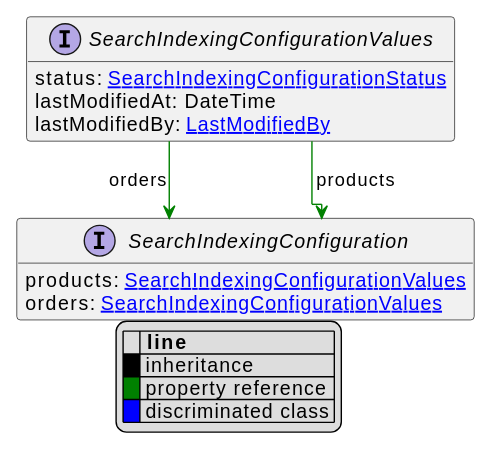
The PlantUML diagram uml/api/svg/SearchIndexingConfigurationValues.svg in commercetools/commercetools-api-reference, before a commit.
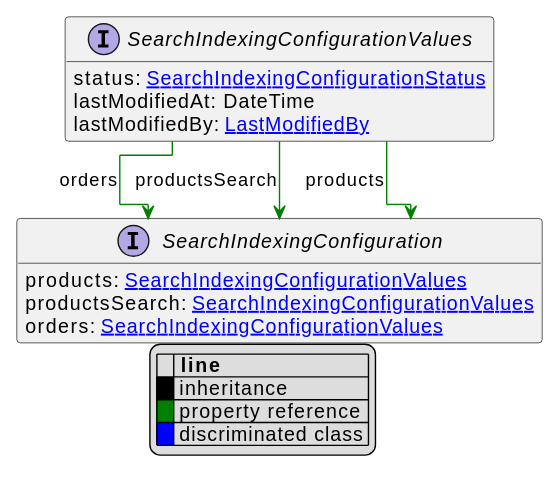
After the commit.

Diff of the diagram source:
```diff
@@ -18,9 +18,11 @@
 
 interface SearchIndexingConfiguration [[SearchIndexingConfiguration.svg]]  {
     products: [[SearchIndexingConfigurationValues.svg SearchIndexingConfigurationValues]]
+    productsSearch: [[SearchIndexingConfigurationValues.svg SearchIndexingConfigurationValues]]
     orders: [[SearchIndexingConfigurationValues.svg SearchIndexingConfigurationValues]]
 }
 
 SearchIndexingConfigurationValues --> SearchIndexingConfiguration #green;text:green : "products"
+SearchIndexingConfigurationValues --> SearchIndexingConfiguration #green;text:green : "productsSearch"
 SearchIndexingConfigurationValues --> SearchIndexingConfiguration #green;text:green : "orders"
 @enduml
```
